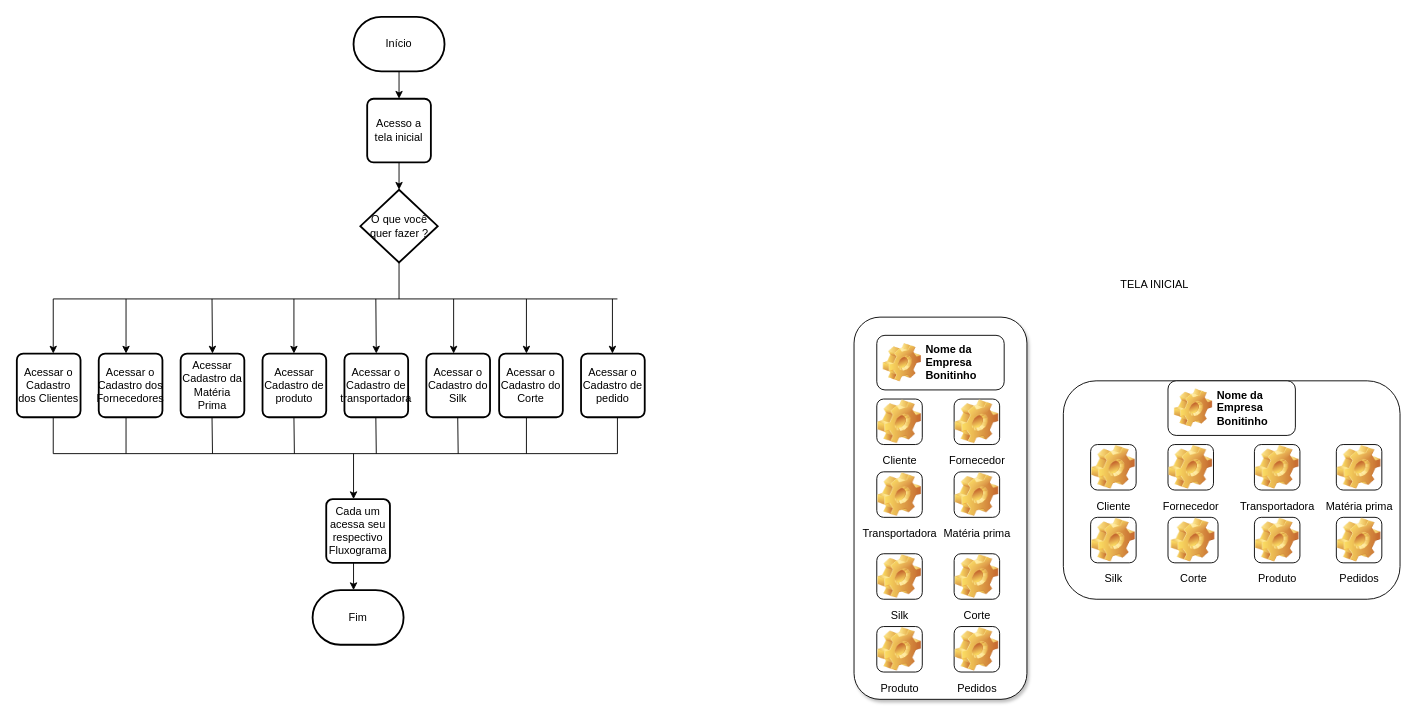
Before: page "Tela-Inicial" (1 of 13) of DOC/Fluxograma.drawio in GuilhermeIgarashi7/avatar-Fluxograma, a draw.io diagram. Source tidied: cells renumbered, new cells numbered last; positions are measured from the earlier drawing's top-left corner, leaving out a move shared by most shapes. Both pictures are drawn from the tidied source at 91%, with x=0, y=0 at pixel (16, 16).
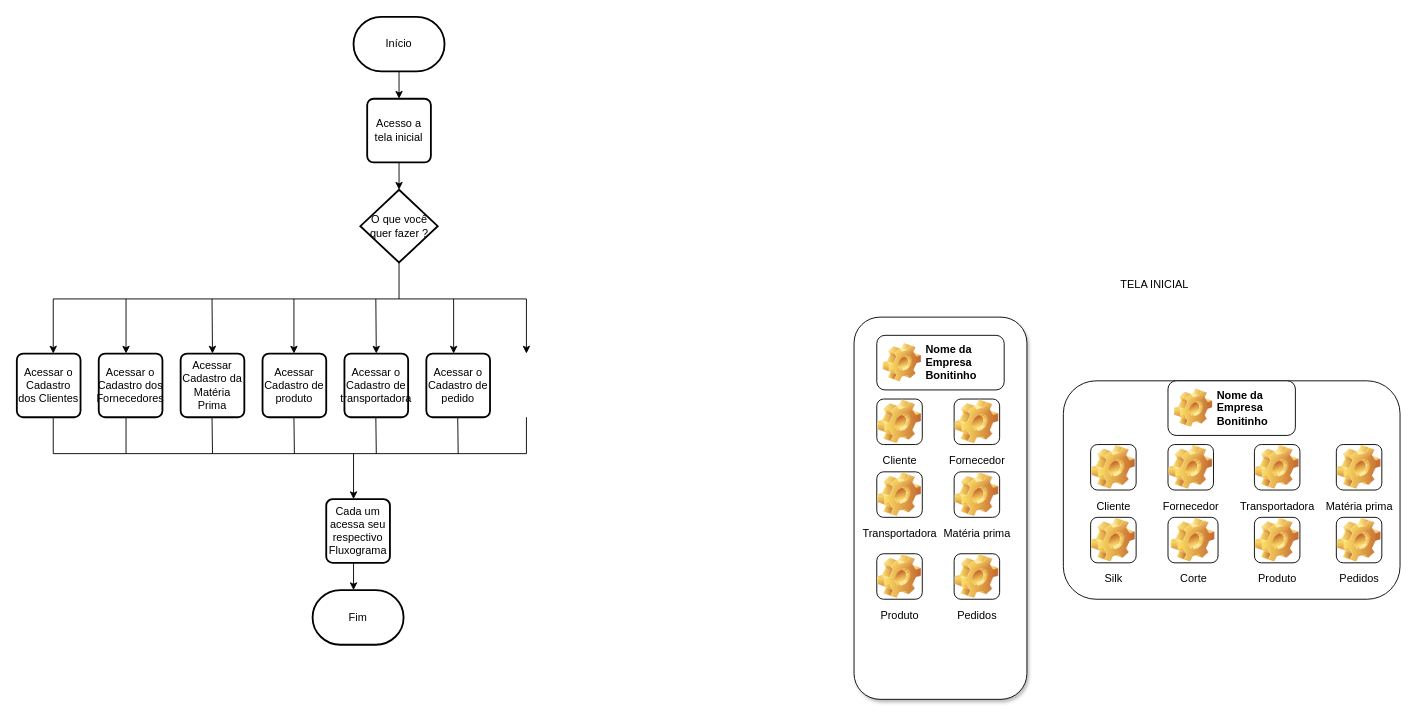
The same diagram, later.

The edit, as a diff of the source:
```diff
@@
     <mxCell id="8" style="endArrow=none;html=1;rounded=0;" parent="1" edge="1">
       <mxGeometry relative="1" as="geometry">
         <mxPoint x="40" y="310" as="sourcePoint" />
-        <mxPoint x="660" y="310" as="targetPoint" />
+        <mxPoint x="560" y="310" as="targetPoint" />
       </mxGeometry>
     </mxCell>
@@
-    <mxCell id="20" value="Acessar o Cadastro do Silk" style="rounded=1;whiteSpace=wrap;html=1;absoluteArcSize=1;arcSize=14;strokeWidth=2;" parent="1" vertex="1">
-      <mxGeometry x="450" y="370" width="70" height="70" as="geometry" />
-    </mxCell>
@@
-    <mxCell id="22" value="Acessar o Cadastro do Corte" style="rounded=1;whiteSpace=wrap;html=1;absoluteArcSize=1;arcSize=14;strokeWidth=2;" parent="1" vertex="1">
-      <mxGeometry x="530" y="370" width="70" height="70" as="geometry" />
-    </mxCell>
-    <mxCell id="23" style="endArrow=classic;html=1;rounded=0;" parent="1" edge="1">
-      <mxGeometry relative="1" as="geometry">
-        <mxPoint x="654.5" y="310" as="sourcePoint" />
-        <mxPoint x="654.5" y="370" as="targetPoint" />
-      </mxGeometry>
-    </mxCell>
     <mxCell id="24" value="Acessar o Cadastro de pedido" style="rounded=1;whiteSpace=wrap;html=1;absoluteArcSize=1;arcSize=14;strokeWidth=2;" parent="1" vertex="1">
-      <mxGeometry x="620" y="370" width="70" height="70" as="geometry" />
+      <mxGeometry x="450" y="370" width="70" height="70" as="geometry" />
     </mxCell>
@@
-    <mxCell id="32" style="endArrow=none;html=1;rounded=0;" parent="1" edge="1">
-      <mxGeometry relative="1" as="geometry">
-        <mxPoint x="660" y="480" as="sourcePoint" />
-        <mxPoint x="660" y="440" as="targetPoint" />
-      </mxGeometry>
-    </mxCell>
     <mxCell id="33" style="endArrow=none;html=1;rounded=0;" parent="1" edge="1">
       <mxGeometry relative="1" as="geometry">
         <mxPoint x="40" y="480" as="sourcePoint" />
-        <mxPoint x="660" y="480" as="targetPoint" />
+        <mxPoint x="560" y="480" as="targetPoint" />
       </mxGeometry>
     </mxCell>
@@
-    <mxCell id="44" value="Corte" style="icon;html=1;image=img/clipart/Gear_128x128.png;" parent="1" vertex="1">
-      <mxGeometry x="1030" y="590" width="50" height="50" as="geometry" />
-    </mxCell>
-    <mxCell id="45" value="Silk" style="icon;html=1;image=img/clipart/Gear_128x128.png;" parent="1" vertex="1">
-      <mxGeometry x="945" y="590" width="50" height="50" as="geometry" />
-    </mxCell>
     <mxCell id="46" value="Produto" style="icon;html=1;image=img/clipart/Gear_128x128.png;" parent="1" vertex="1">
-      <mxGeometry x="945" y="670" width="50" height="50" as="geometry" />
+      <mxGeometry x="945" y="590" width="50" height="50" as="geometry" />
     </mxCell>
     <mxCell id="47" value="Pedidos" style="icon;html=1;image=img/clipart/Gear_128x128.png;" parent="1" vertex="1">
-      <mxGeometry x="1030" y="670" width="50" height="50" as="geometry" />
+      <mxGeometry x="1030" y="590" width="50" height="50" as="geometry" />
     </mxCell>
```
